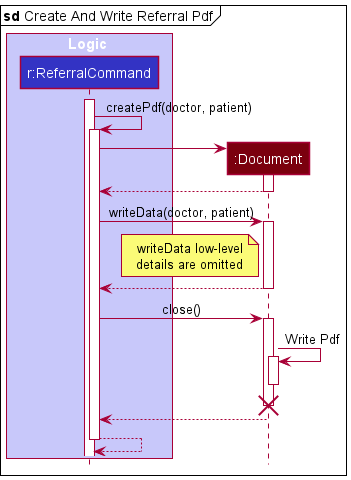
simonjulianl/tp keeps this PlantUML diagram as docs/images/referral/ReferralCommandWriteFile.png. Above is the earlier version. The source it was exported from:
```plantuml
@startuml
!include style.puml
mainframe **sd** Create And Write Referral Pdf

box Logic LOGIC_COLOR_T1
participant "r:ReferralCommand" as ReferralCommand LOGIC_COLOR
end box

participant ":Document" as Document MODEL_COLOR_T3

activate ReferralCommand
ReferralCommand -> ReferralCommand : createPdf(doctor, patient)
activate ReferralCommand
create Document
ReferralCommand -> Document
activate Document
return

ReferralCommand -> Document: writeData(doctor, patient)

note left of Document
  writeData low-level
  details are omitted
end note

activate Document
return

ReferralCommand -> Document : close()
activate Document
Document -> Document : Write Pdf
activate Document
deactivate Document

ReferralCommand -[hidden]-> Document
destroy Document
return
return
@enduml
```
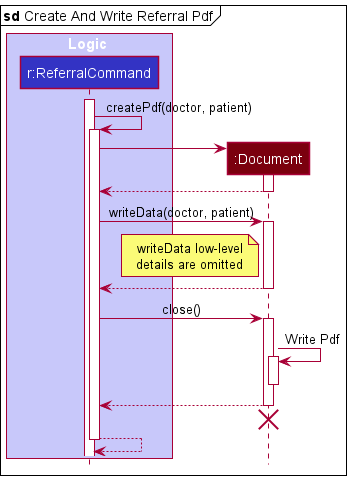
Above is the later version.

What changed in the source:
```diff
@@ -32,8 +32,8 @@
 activate Document
 deactivate Document
 
+return
 ReferralCommand -[hidden]-> Document
 destroy Document
 return
-return
 @enduml
```
